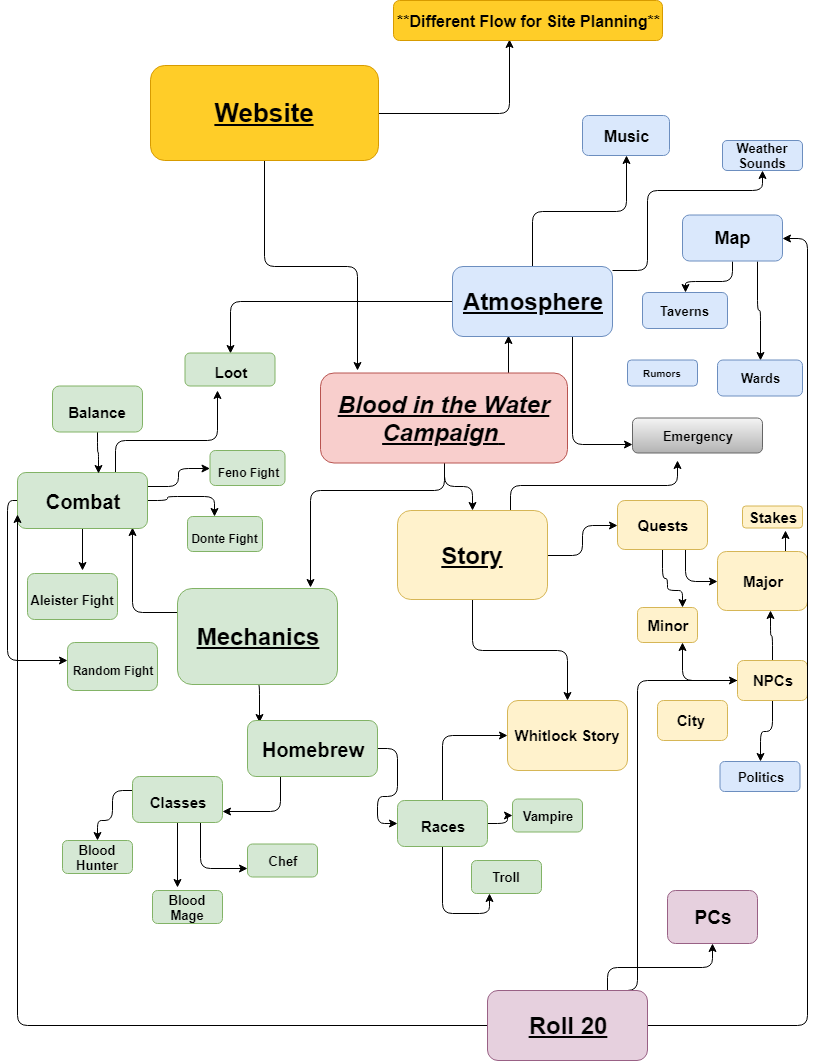
framples/campaign keeps this draw.io diagram as organization_tools/Blood in the Water Flowchart PNG.png. Above is the earlier version. Source tidied: cells renumbered, new cells last; positions are measured from the earlier drawing's top-left corner, leaving out a move shared by most shapes.
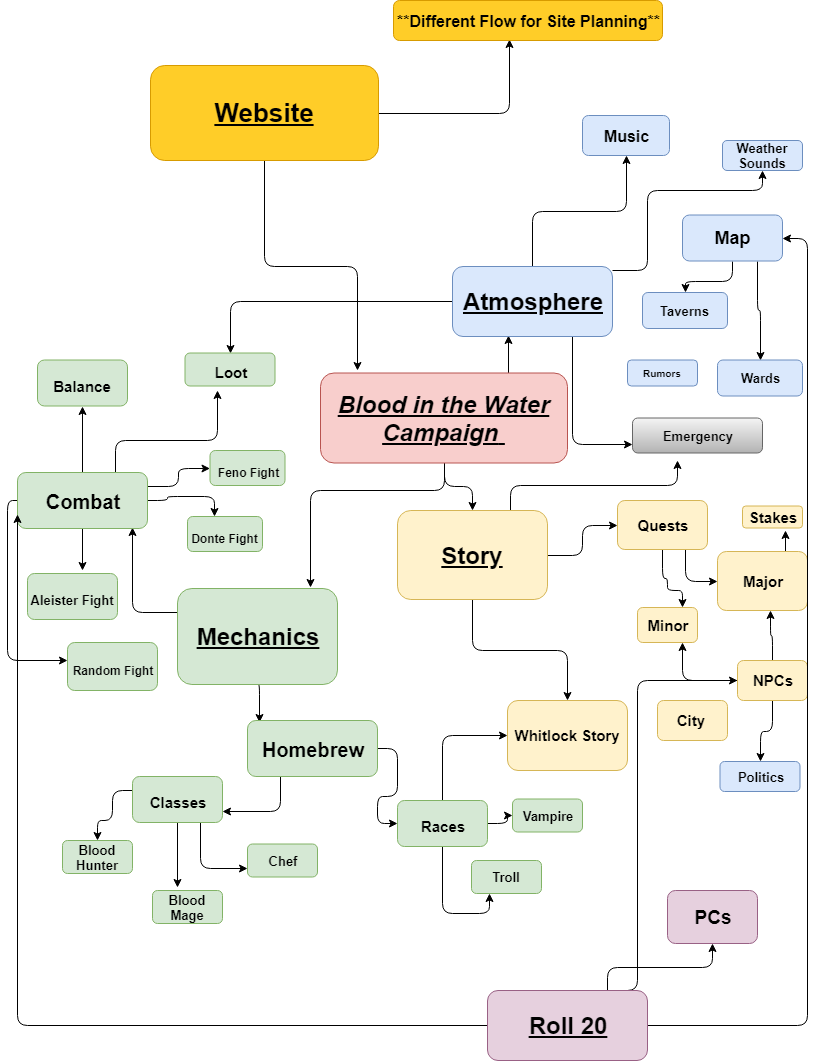
Later version of the same file.

The edit, as a diff of the source:
```diff
@@ -170,14 +170,14 @@
         </Array>
       </mxGeometry>
     </mxCell>
+    <mxCell id="80" style="edgeStyle=orthogonalEdgeStyle;rounded=0;jettySize=auto;html=1;entryX=0.5;entryY=1;entryDx=0;entryDy=0;" parent="1" edge="1" source="46" target="48">
+      <mxGeometry relative="1" as="geometry" />
+    </mxCell>
     <mxCell id="46" value="&lt;font style=&quot;font-size: 20px&quot;&gt;Combat&lt;br&gt;&lt;/font&gt;" style="rounded=1;whiteSpace=wrap;html=1;fontSize=24;fillColor=#d5e8d4;strokeColor=#82b366;fontStyle=1;" parent="1" vertex="1">
       <mxGeometry x="10" y="472" width="130" height="56" as="geometry" />
     </mxCell>
-    <mxCell id="47" style="edgeStyle=orthogonalEdgeStyle;rounded=1;jettySize=auto;html=1;entryX=0.623;entryY=0.018;entryDx=0;entryDy=0;entryPerimeter=0;fontSize=24;" parent="1" edge="1" source="48" target="46">
-      <mxGeometry relative="1" as="geometry" />
-    </mxCell>
     <mxCell id="48" value="&lt;font style=&quot;font-size: 15px&quot;&gt;Balance&lt;br&gt;&lt;/font&gt;" style="rounded=1;whiteSpace=wrap;html=1;fontSize=24;fillColor=#d5e8d4;strokeColor=#82b366;fontStyle=1;" parent="1" vertex="1">
-      <mxGeometry x="45" y="385.5" width="90" height="46" as="geometry" />
+      <mxGeometry x="30" y="359.5" width="90" height="46" as="geometry" />
     </mxCell>
     <mxCell id="49" value="&lt;font&gt;&lt;font style=&quot;font-size: 13px&quot;&gt;Aleister Fight&lt;/font&gt;&lt;br&gt;&lt;/font&gt;" style="rounded=1;whiteSpace=wrap;html=1;fontSize=24;fillColor=#d5e8d4;strokeColor=#82b366;fontStyle=1;" parent="1" vertex="1">
       <mxGeometry x="20" y="573" width="90" height="46" as="geometry" />
```
